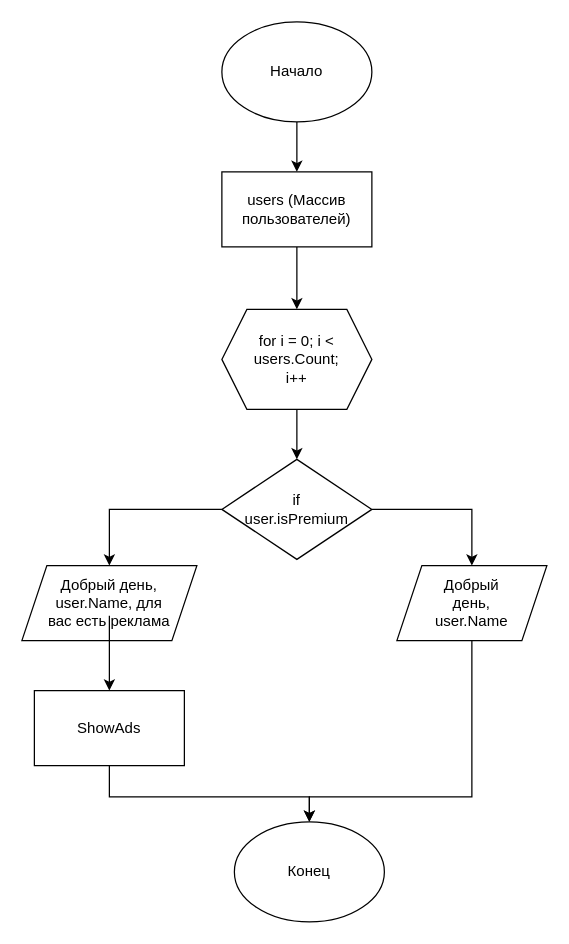
Earlier version of the draw.io diagram Module12_1.drawio (Khavrolev/UserList). Source tidied: cells renumbered, new cells numbered last; positions are measured from the earlier drawing's top-left corner, leaving out a move shared by most shapes. Both pictures are drawn from the tidied source at 125%, with x=0, y=0 at pixel (21, 21).
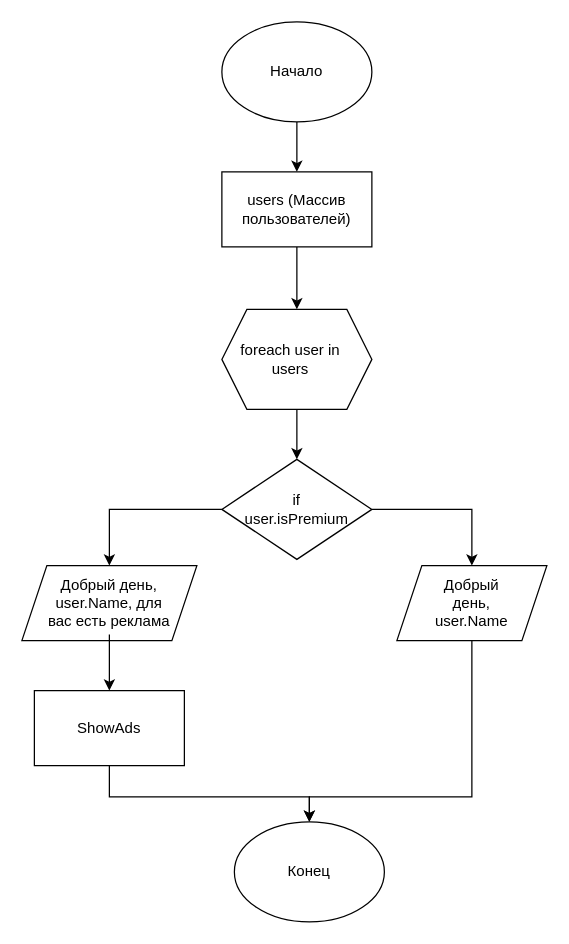
After the change.

Unchanged cells that the change refers to:
```xml
<mxCell id="18" style="shape=parallelogram;perimeter=parallelogramPerimeter;whiteSpace=wrap;html=1;fixedSize=1;" parent="1" vertex="1">
  <mxGeometry y="435" width="140" height="60" as="geometry" />
</mxCell>
<mxCell id="20" value="Добрый день, user.Name, для вас есть реклама" style="text;html=1;strokeColor=none;fillColor=none;align=center;verticalAlign=middle;whiteSpace=wrap;rounded=0;" parent="1" vertex="1">
  <mxGeometry x="20" y="455" width="100" height="20" as="geometry" />
</mxCell>
<mxCell id="22" style="whiteSpace=wrap;html=1;" parent="1" vertex="1">
  <mxGeometry x="10" y="535" width="120" height="60" as="geometry" />
</mxCell>
```

Change to the diagram source:
```diff
@@
-    <mxCell id="10" value="for i = 0; i &amp;lt; users.Count; i++" style="text;html=1;strokeColor=none;fillColor=none;align=center;verticalAlign=middle;whiteSpace=wrap;rounded=0;" parent="1" vertex="1">
-      <mxGeometry x="200" y="260" width="40" height="20" as="geometry" />
+    <mxCell id="10" value="foreach user in users" style="text;html=1;strokeColor=none;fillColor=none;align=center;verticalAlign=middle;whiteSpace=wrap;rounded=0;" parent="1" vertex="1">
+      <mxGeometry x="170" y="260" width="90" height="20" as="geometry" />
     </mxCell>
@@
-    <mxCell id="19" style="edgeStyle=orthogonalEdgeStyle;rounded=0;jettySize=auto;html=1;" parent="1" edge="1" source="20" target="22">
+    <mxCell id="19" style="edgeStyle=orthogonalEdgeStyle;rounded=0;jettySize=auto;html=1;exitX=0.5;exitY=0.917;exitDx=0;exitDy=0;exitPerimeter=0;" parent="1" edge="1" source="18" target="22">
       <mxGeometry relative="1" as="geometry" />
     </mxCell>
```
